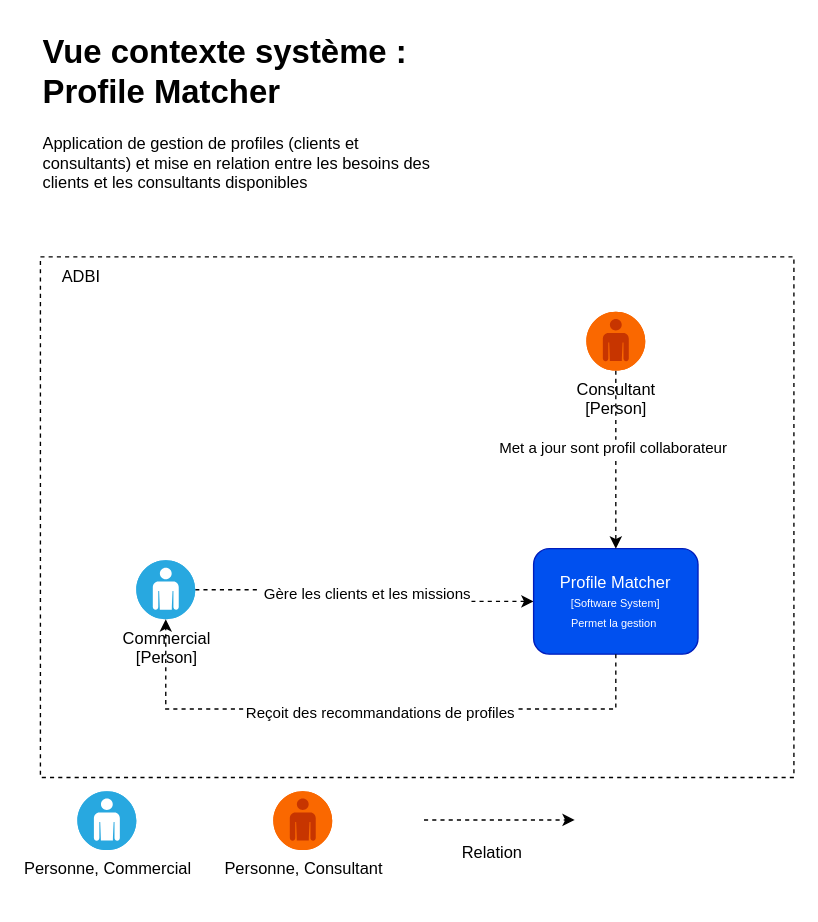
Earlier version of the draw.io diagram Architecture ADBI C4.drawio (Modern-Data-Journey/dia-architecture). Source tidied: cells renumbered, new cells numbered last; positions are measured from the earlier drawing's top-left corner, leaving out a move shared by most shapes. Both pictures are drawn from the tidied source at 137%, with x=0, y=0 at pixel (40, 23).
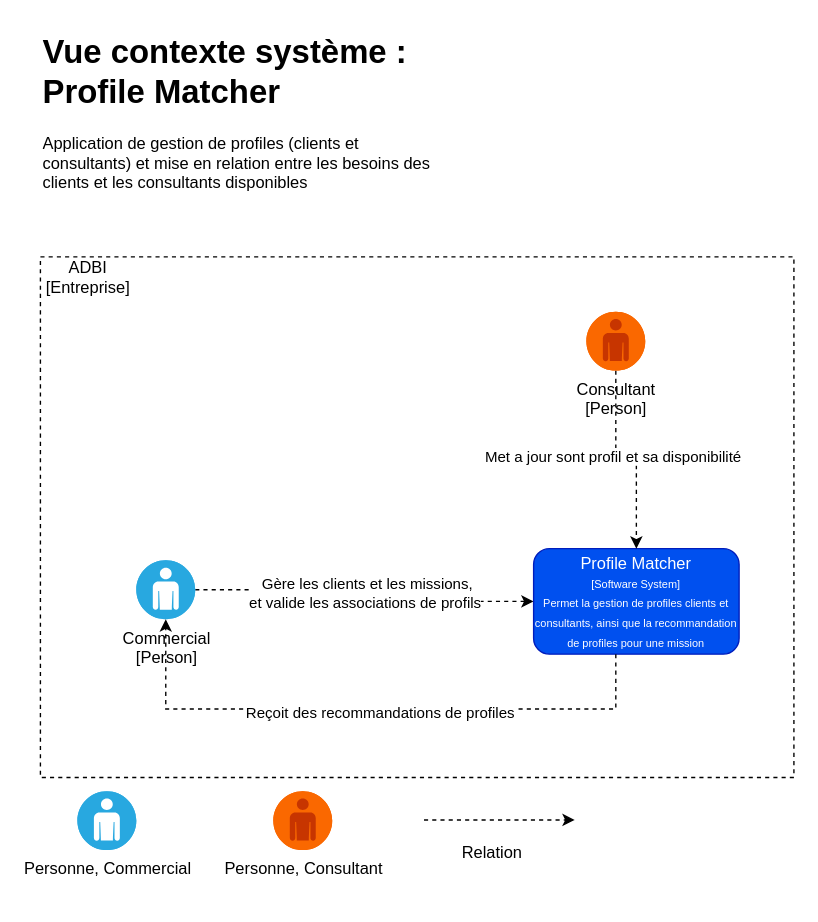
Above is the later version.

Commit message (it also covers changes not shown here):
Mettre à jour Architecture ADBI C4.drawio

Unchanged cells that the change refers to:
```xml
<mxCell id="3" style="edgeStyle=orthogonalEdgeStyle;rounded=0;jettySize=auto;html=1;defaultLabelBackgroundColor=page;dashed=1;startArrow=none;startFill=0;" parent="1" edge="1" source="5" target="6">
  <mxGeometry relative="1" as="geometry" />
</mxCell>
<mxCell id="7" style="edgeStyle=orthogonalEdgeStyle;rounded=0;jettySize=auto;html=1;defaultLabelBackgroundColor=page;dashed=1;" parent="1" edge="1" source="9" target="6">
  <mxGeometry relative="1" as="geometry" />
</mxCell>
```

Change to the diagram source:
```diff
@@
-    <mxCell id="4" value="&amp;nbsp;Gère les clients et les missions" style="edgeLabel;html=1;align=center;verticalAlign=middle;inheritText=1;defaultLabelBackgroundColor=page;" parent="3" vertex="1">
+    <mxCell id="4" value="&amp;nbsp;Gère les clients et les missions,&lt;div&gt;et valide les associations de profils&lt;/div&gt;" style="edgeLabel;html=1;align=center;verticalAlign=middle;inheritText=1;defaultLabelBackgroundColor=page;" parent="3" vertex="1">
       <mxGeometry x="-0.01" relative="1" as="geometry" />
     </mxCell>
@@
-    <mxCell id="6" value="Profile Matcher&lt;div&gt;&lt;span style=&quot;color: rgb(255, 255, 255); white-space: nowrap;&quot;&gt;&lt;font style=&quot;font-size: 8px;&quot;&gt;[Software System]&lt;/font&gt;&lt;/span&gt;&lt;br&gt;&lt;div&gt;&lt;span style=&quot;font-size: 8px;&quot;&gt;Permet la gestion&amp;nbsp;&lt;/span&gt;&lt;/div&gt;&lt;/div&gt;" style="rounded=1;whiteSpace=wrap;html=1;roundedPerimeter=1;fillColor=#0050ef;fontColor=#ffffff;strokeColor=#001DBC;" parent="1" vertex="1">
-      <mxGeometry x="360" y="383" width="120" height="77" as="geometry" />
+    <mxCell id="6" value="Profile Matcher&lt;div&gt;&lt;span style=&quot;color: rgb(255, 255, 255); white-space: nowrap;&quot;&gt;&lt;font style=&quot;font-size: 8px;&quot;&gt;[Software System]&lt;/font&gt;&lt;/span&gt;&lt;br&gt;&lt;div&gt;&lt;span style=&quot;font-size: 8px;&quot;&gt;Permet la gestion de profiles clients et consultants, ainsi que la recommandation de profiles pour une mission&lt;/span&gt;&lt;/div&gt;&lt;/div&gt;" style="rounded=1;whiteSpace=wrap;html=1;roundedPerimeter=1;fillColor=#0050ef;fontColor=#ffffff;strokeColor=#001DBC;" parent="1" vertex="1">
+      <mxGeometry x="360" y="383" width="150" height="77" as="geometry" />
     </mxCell>
@@
-    <mxCell id="8" value="&lt;div&gt;Met a jour sont profil collaborateur&lt;/div&gt;" style="edgeLabel;html=1;align=center;verticalAlign=middle;inheritText=1;defaultLabelBackgroundColor=page;" parent="7" vertex="1">
+    <mxCell id="8" value="&lt;div&gt;Met a jour sont profil et sa disponibilité&lt;/div&gt;" style="edgeLabel;html=1;align=center;verticalAlign=middle;inheritText=1;defaultLabelBackgroundColor=page;" parent="7" vertex="1">
       <mxGeometry x="-0.14" y="-3" relative="1" as="geometry" />
     </mxCell>
@@
     <mxCell id="12" value="&lt;h1 style=&quot;margin-top: 0px;&quot;&gt;Vue contexte système : Profile Matcher&lt;/h1&gt;&lt;p&gt;Application de gestion de profiles (clients et consultants) et mise en relation entre les besoins des clients et les consultants disponibles&lt;/p&gt;" style="text;html=1;whiteSpace=wrap;overflow=hidden;rounded=0;" parent="1" vertex="1">
-      <mxGeometry width="290" height="120" as="geometry" />
+      <mxGeometry width="290" height="130" as="geometry" />
     </mxCell>
@@
-    <mxCell id="18" value="ADBI" style="text;html=1;whiteSpace=wrap;strokeColor=none;fillColor=none;align=center;verticalAlign=middle;rounded=0;" parent="1" vertex="1">
-      <mxGeometry y="170" width="60" height="30" as="geometry" />
+    <mxCell id="18" value="ADBI [Entreprise]" style="text;html=1;whiteSpace=wrap;strokeColor=none;fillColor=none;align=center;verticalAlign=middle;rounded=0;" parent="1" vertex="1">
+      <mxGeometry y="170" width="70" height="30" as="geometry" />
     </mxCell>
```
